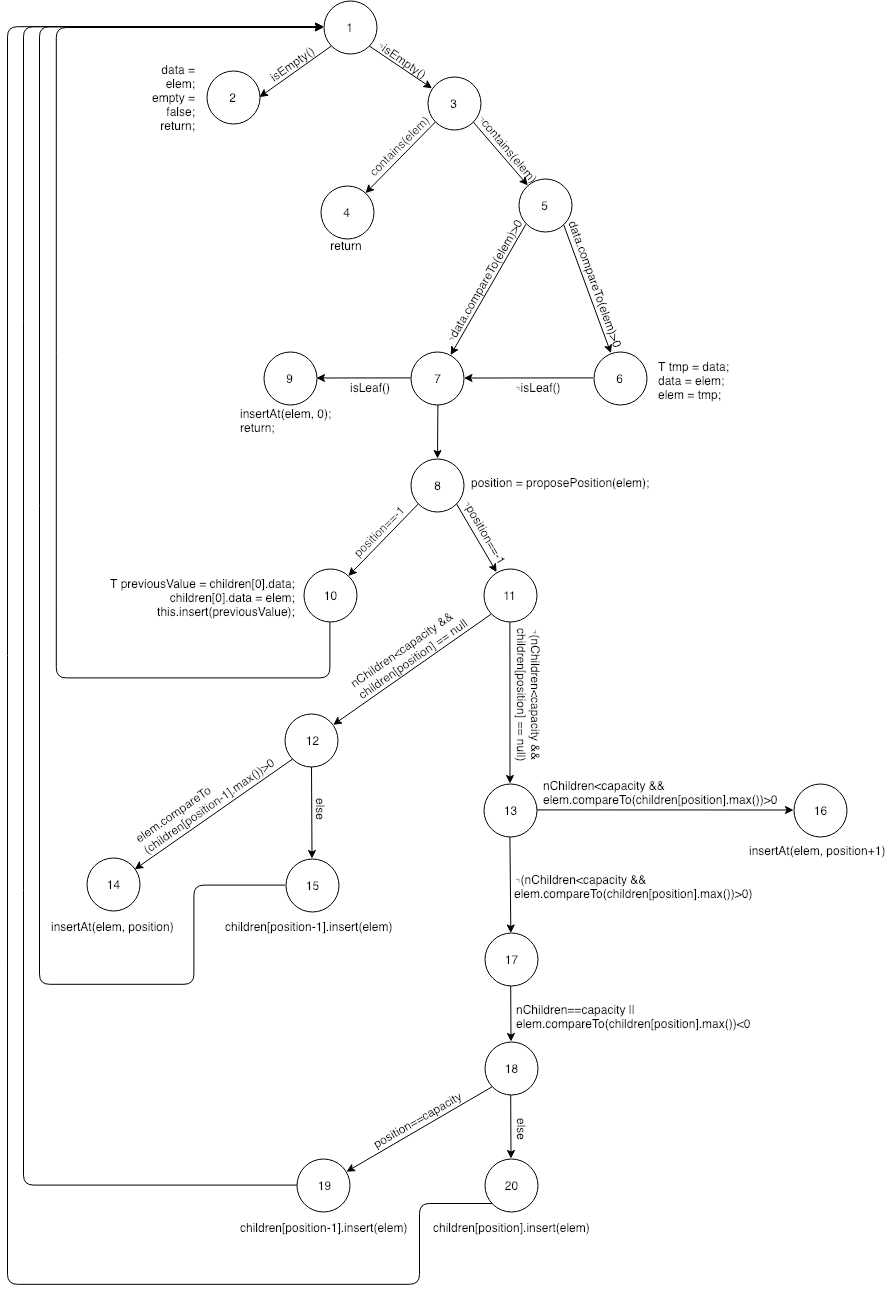
This is assignment-1/helpers/method_insert_graph.png from nnelas/fcul_vvs, a draw.io export, as it was before one commit. Source tidied: cells renumbered, new cells last; positions are measured from the earlier drawing's top-left corner, leaving out a move shared by most shapes.
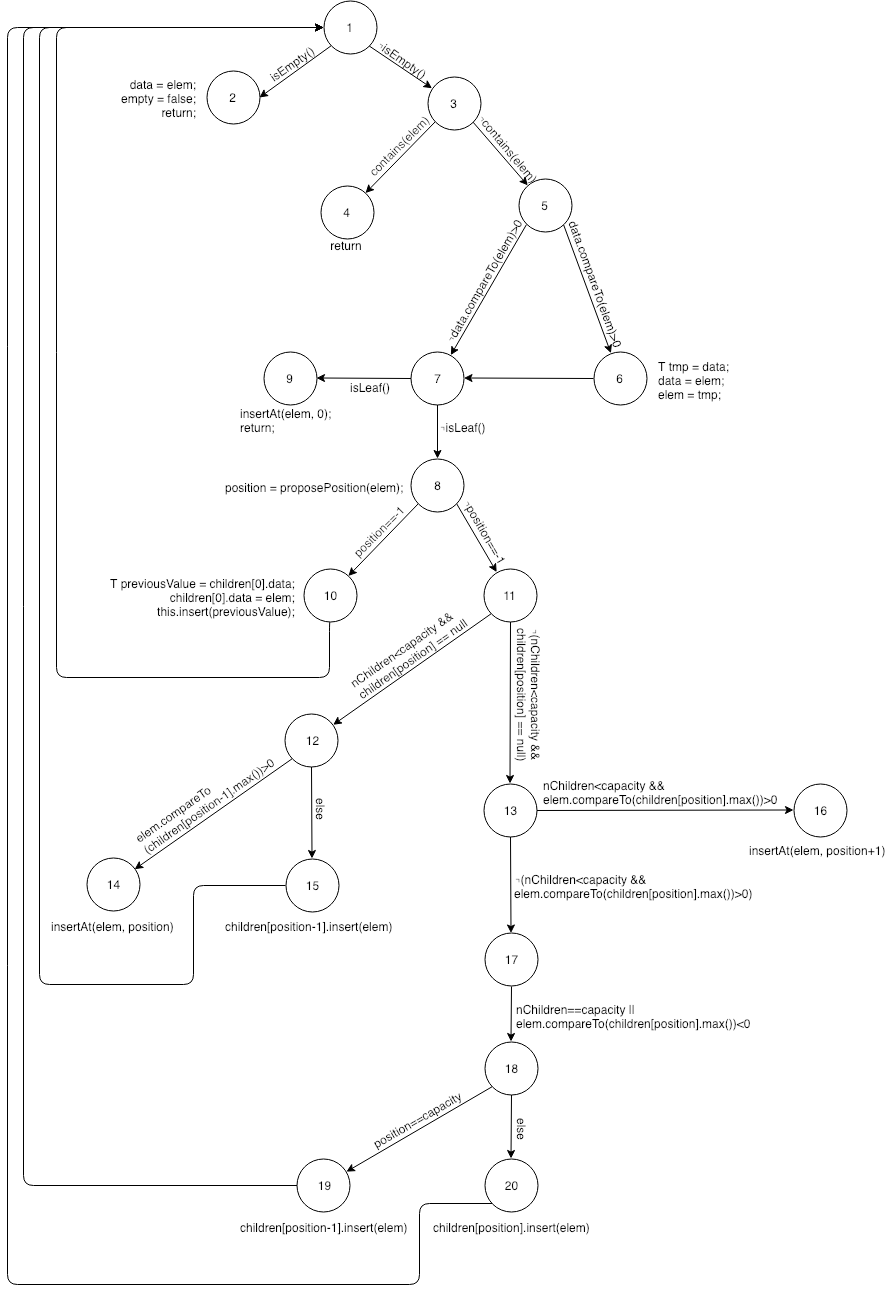
After the change.

Diff of the diagram source:
```diff
@@ -166,7 +166,7 @@
       <mxGeometry x="374.5" y="49" width="40" height="20" as="geometry" />
     </mxCell>
     <mxCell id="48" value="&lt;div style=&quot;text-align: right&quot;&gt;&lt;span&gt;data = elem;&lt;/span&gt;&lt;/div&gt;&lt;div style=&quot;text-align: right&quot;&gt;&lt;span&gt;empty = false;&lt;/span&gt;&lt;/div&gt;&lt;div style=&quot;text-align: right&quot;&gt;&lt;span&gt;return;&lt;/span&gt;&lt;/div&gt;" style="text;html=1;strokeColor=none;fillColor=none;align=left;verticalAlign=middle;whiteSpace=wrap;rounded=0;direction=south;" parent="1" vertex="1">
-      <mxGeometry x="135.5" y="51.5" width="52" height="91" as="geometry" />
+      <mxGeometry x="112" y="52" width="82" height="91" as="geometry" />
     </mxCell>
     <mxCell id="49" value="contains(elem)" style="text;html=1;strokeColor=none;fillColor=none;align=center;verticalAlign=middle;whiteSpace=wrap;rounded=0;rotation=-45;" parent="1" vertex="1">
       <mxGeometry x="371" y="136" width="40" height="20" as="geometry" />
@@ -186,8 +186,8 @@
     <mxCell id="54" value="T tmp = data;&lt;br&gt;data = elem;&lt;br&gt;elem = tmp;&lt;br&gt;" style="text;html=1;strokeColor=none;fillColor=none;align=left;verticalAlign=middle;whiteSpace=wrap;rounded=0;" parent="1" vertex="1">
       <mxGeometry x="648.5" y="356" width="91" height="48" as="geometry" />
     </mxCell>
-    <mxCell id="55" value="&lt;span&gt;⌝&lt;/span&gt;isLeaf()" style="text;html=1;align=left;verticalAlign=top;spacingTop=-4;" parent="1" vertex="1">
-      <mxGeometry x="505" y="377.5" width="57" height="14" as="geometry" />
+    <mxCell id="55" value="&lt;span&gt;⌝&lt;/span&gt;isLeaf()" style="text;html=1;align=left;verticalAlign=top;spacingTop=-4;rotation=0;" parent="1" vertex="1">
+      <mxGeometry x="430" y="418" width="57" height="14" as="geometry" />
     </mxCell>
     <mxCell id="56" value="isLeaf()" style="text;html=1;align=left;verticalAlign=top;spacingTop=-4;" parent="1" vertex="1">
       <mxGeometry x="341" y="377.5" width="50" height="14" as="geometry" />
@@ -196,7 +196,7 @@
       <mxGeometry x="231" y="404" width="101" height="28" as="geometry" />
     </mxCell>
     <mxCell id="58" value="position = proposePosition(elem);" style="text;html=1;align=left;verticalAlign=top;spacingTop=-4;" parent="1" vertex="1">
-      <mxGeometry x="462" y="473" width="188" height="14" as="geometry" />
+      <mxGeometry x="215.5" y="477.5" width="188" height="14" as="geometry" />
     </mxCell>
     <mxCell id="59" value="position==-1&lt;br&gt;" style="text;html=1;align=left;verticalAlign=top;spacingTop=-4;rotation=-45;" parent="1" vertex="1">
       <mxGeometry x="334" y="520" width="76" height="14" as="geometry" />
```
